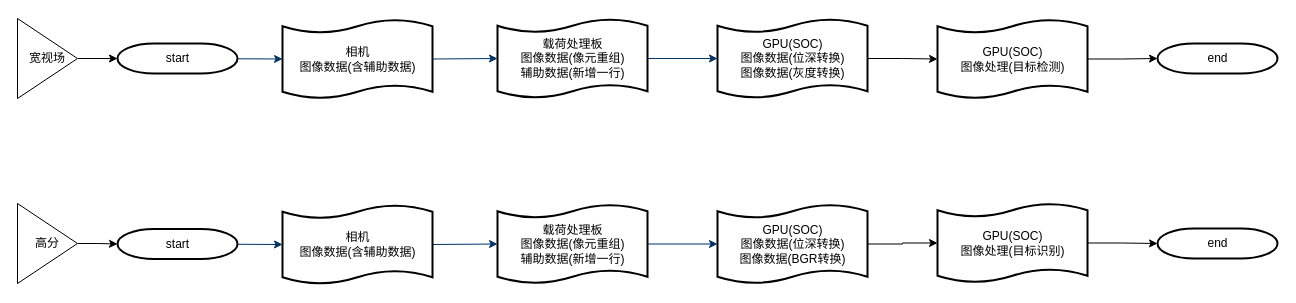
hhwjsw711/- keeps this draw.io diagram as 数据流程.drawio. Above is the earlier version. Source tidied: cells renumbered, new cells numbered last; positions are measured from the earlier drawing's top-left corner, leaving out a move shared by most shapes. Both pictures are drawn from the tidied source at 100%, with x=0, y=0 at pixel (17, 17).
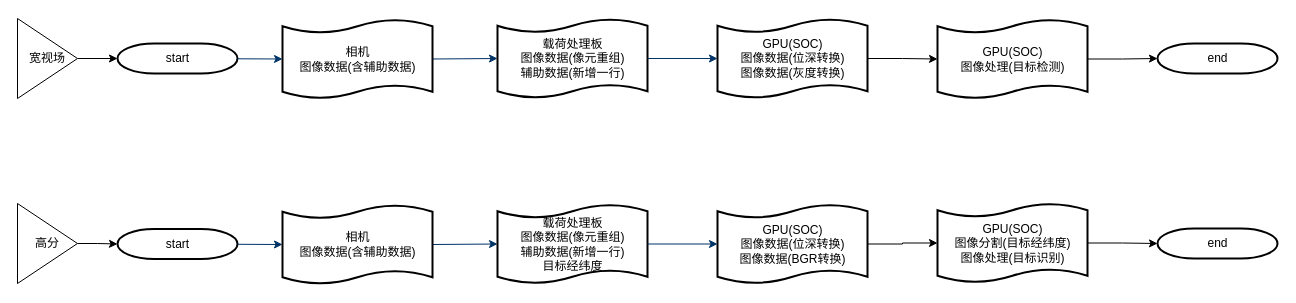
The same diagram, later.

Change to the diagram source:
```diff
@@
-    <mxCell id="14" value="载荷处理板&lt;br&gt;图像数据(像元重组)&lt;br&gt;辅助数据(新增一行)" style="shape=mxgraph.flowchart.paper_tape;strokeWidth=2;gradientColor=none;gradientDirection=north;fontStyle=0;html=1;" parent="1" vertex="1">
+    <mxCell id="14" value="载荷处理板&lt;br&gt;图像数据(像元重组)&lt;br&gt;辅助数据(新增一行)&lt;br&gt;目标经纬度" style="shape=mxgraph.flowchart.paper_tape;strokeWidth=2;gradientColor=none;gradientDirection=north;fontStyle=0;html=1;" parent="1" vertex="1">
       <mxGeometry x="480" y="186" width="150" height="81" as="geometry" />
     </mxCell>
@@
-    <mxCell id="27" value="GPU(SOC)&lt;br&gt;图像处理(目标识别)" style="shape=mxgraph.flowchart.paper_tape;strokeWidth=2;gradientColor=none;gradientDirection=north;fontStyle=0;html=1;" parent="1" vertex="1">
+    <mxCell id="27" value="GPU(SOC)&lt;br&gt;图像分割(目标经纬度)&lt;br&gt;图像处理(目标识别)" style="shape=mxgraph.flowchart.paper_tape;strokeWidth=2;gradientColor=none;gradientDirection=north;fontStyle=0;html=1;" parent="1" vertex="1">
       <mxGeometry x="920" y="185" width="150" height="81" as="geometry" />
     </mxCell>
```
